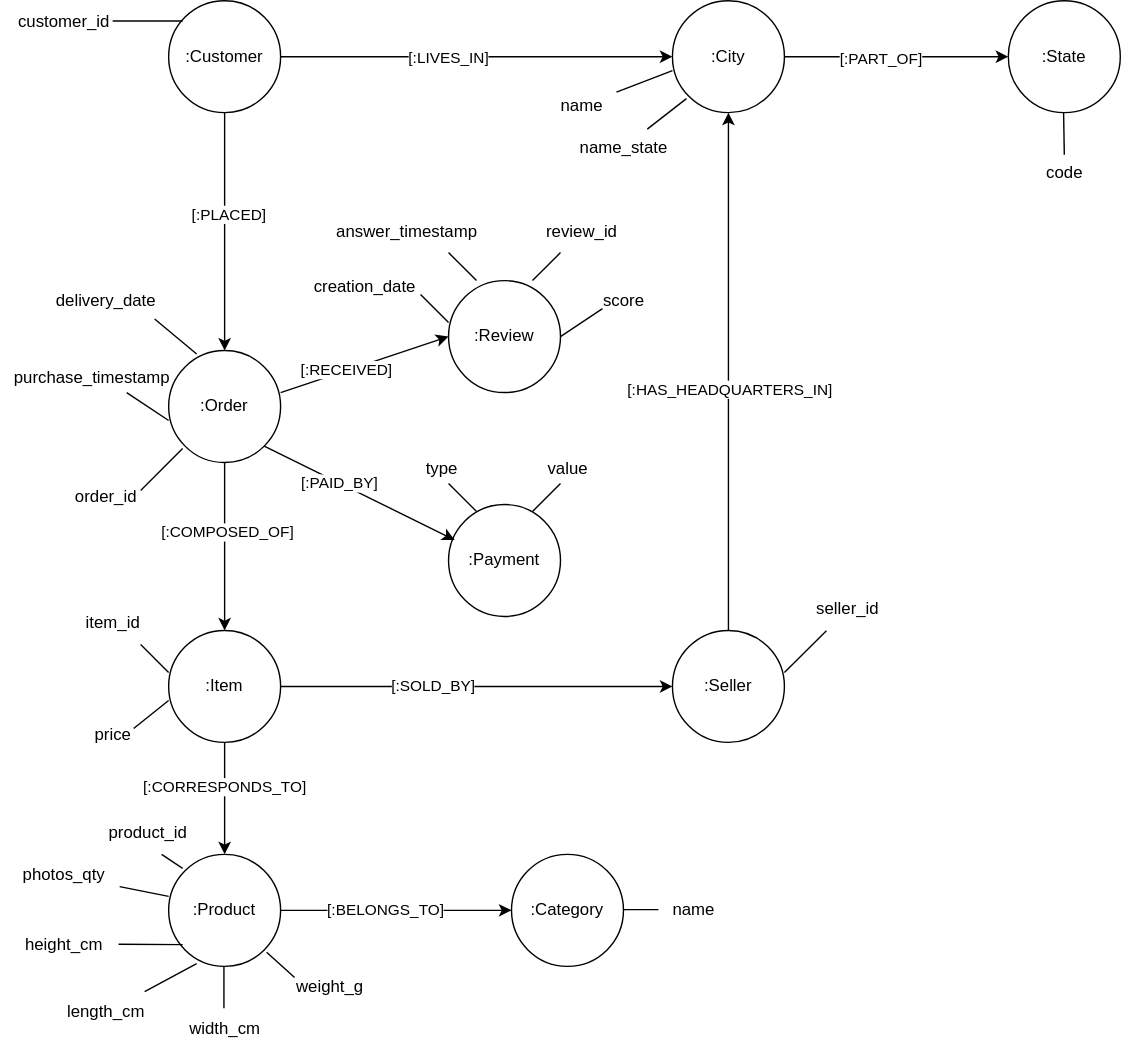
Angelo7672/SMBUD-Project keeps this draw.io diagram as schema/nodes_schema.svg. Above is the earlier version. Source tidied: cells renumbered, new cells last; positions are measured from the earlier drawing's top-left corner, leaving out a move shared by most shapes.
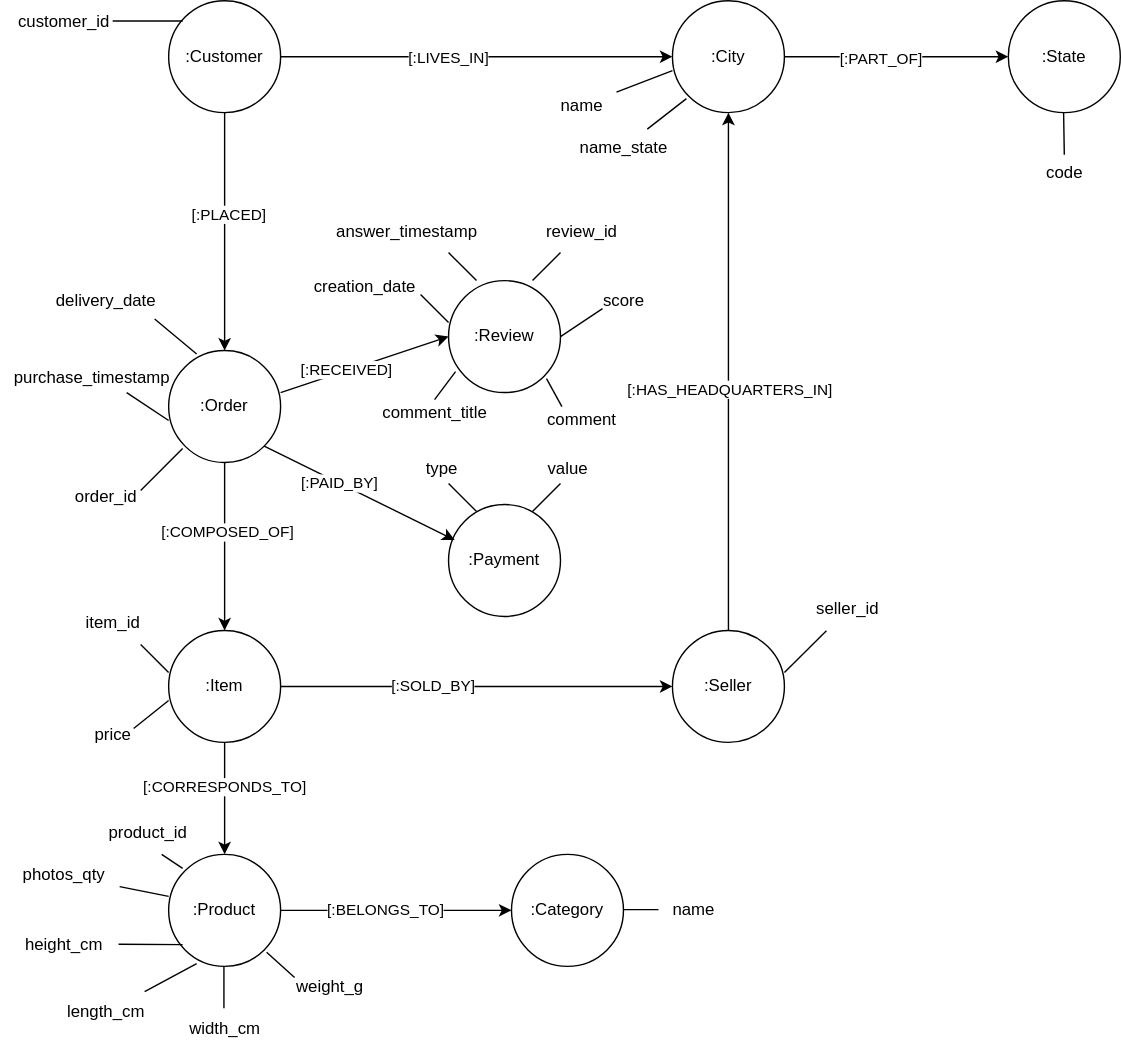
The same diagram one commit later.

Change to the diagram source:
```diff
@@ -294,5 +294,23 @@
         <mxPoint x="480" y="50" as="targetPoint" />
       </mxGeometry>
     </mxCell>
+    <mxCell id="78" value="comment_title" style="text;html=1;align=center;verticalAlign=middle;strokeColor=none;fillColor=none;" parent="1" vertex="1">
+      <mxGeometry x="260" y="280" width="100" height="30" as="geometry" />
+    </mxCell>
+    <mxCell id="79" value="comment" style="text;html=1;align=center;verticalAlign=middle;strokeColor=none;fillColor=none;" parent="1" vertex="1">
+      <mxGeometry x="380" y="285" width="70" height="30" as="geometry" />
+    </mxCell>
+    <mxCell id="80" style="endArrow=none;html=1;rounded=0;" parent="1" edge="1">
+      <mxGeometry relative="1" as="geometry">
+        <mxPoint x="310" y="285" as="sourcePoint" />
+        <mxPoint x="325" y="265" as="targetPoint" />
+      </mxGeometry>
+    </mxCell>
+    <mxCell id="81" style="endArrow=none;html=1;rounded=0;" parent="1" edge="1">
+      <mxGeometry relative="1" as="geometry">
+        <mxPoint x="401" y="290" as="sourcePoint" />
+        <mxPoint x="390" y="270" as="targetPoint" />
+      </mxGeometry>
+    </mxCell>
   </root>
 </mxGraphModel>
```
